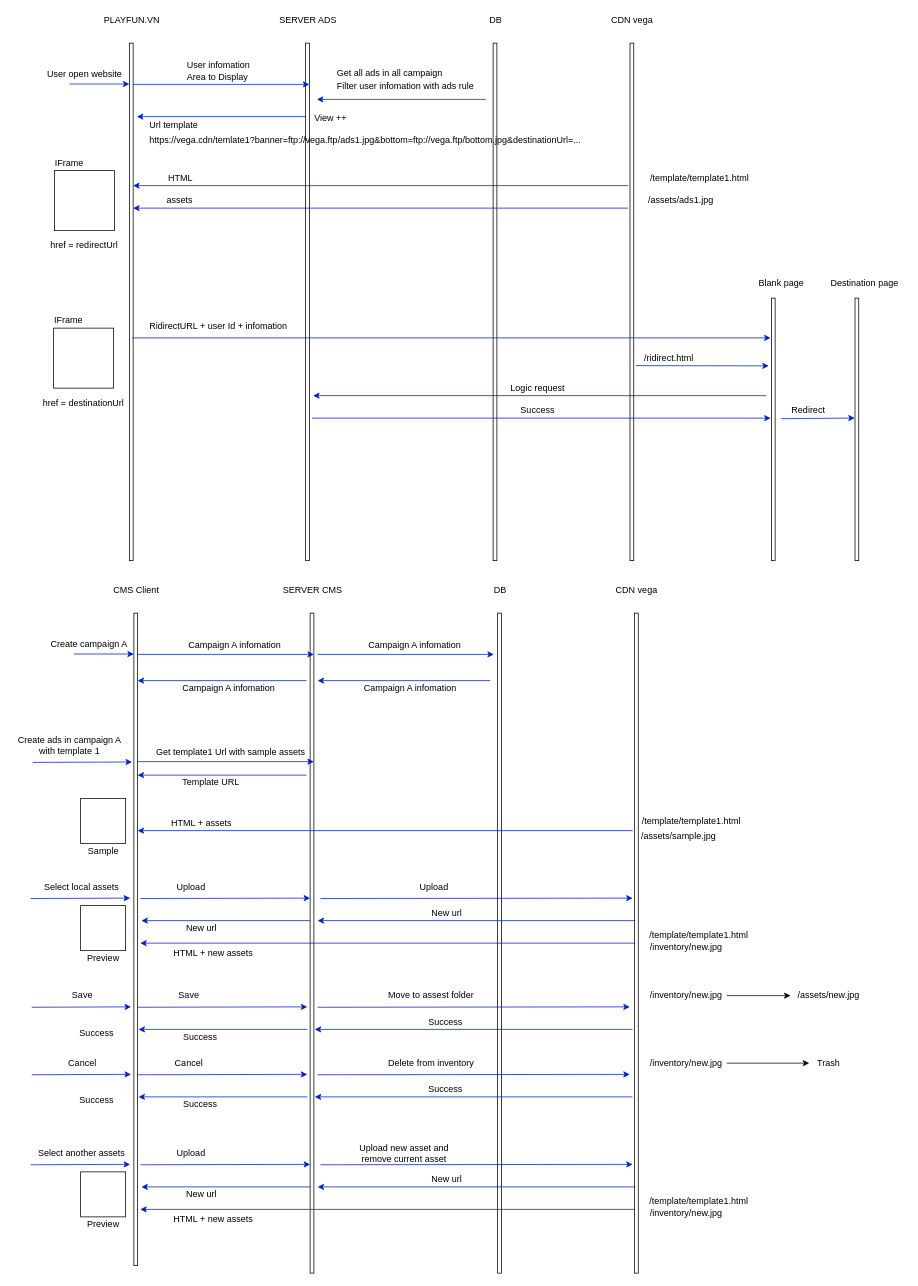
pinokara/diagram keeps this draw.io diagram as Ads.drawio. Above is the earlier version. Source tidied: cells renumbered, new cells numbered last; positions are measured from the earlier drawing's top-left corner, leaving out a move shared by most shapes. Both pictures are drawn from the tidied source at 75%, with x=0, y=0 at pixel (13, 13).
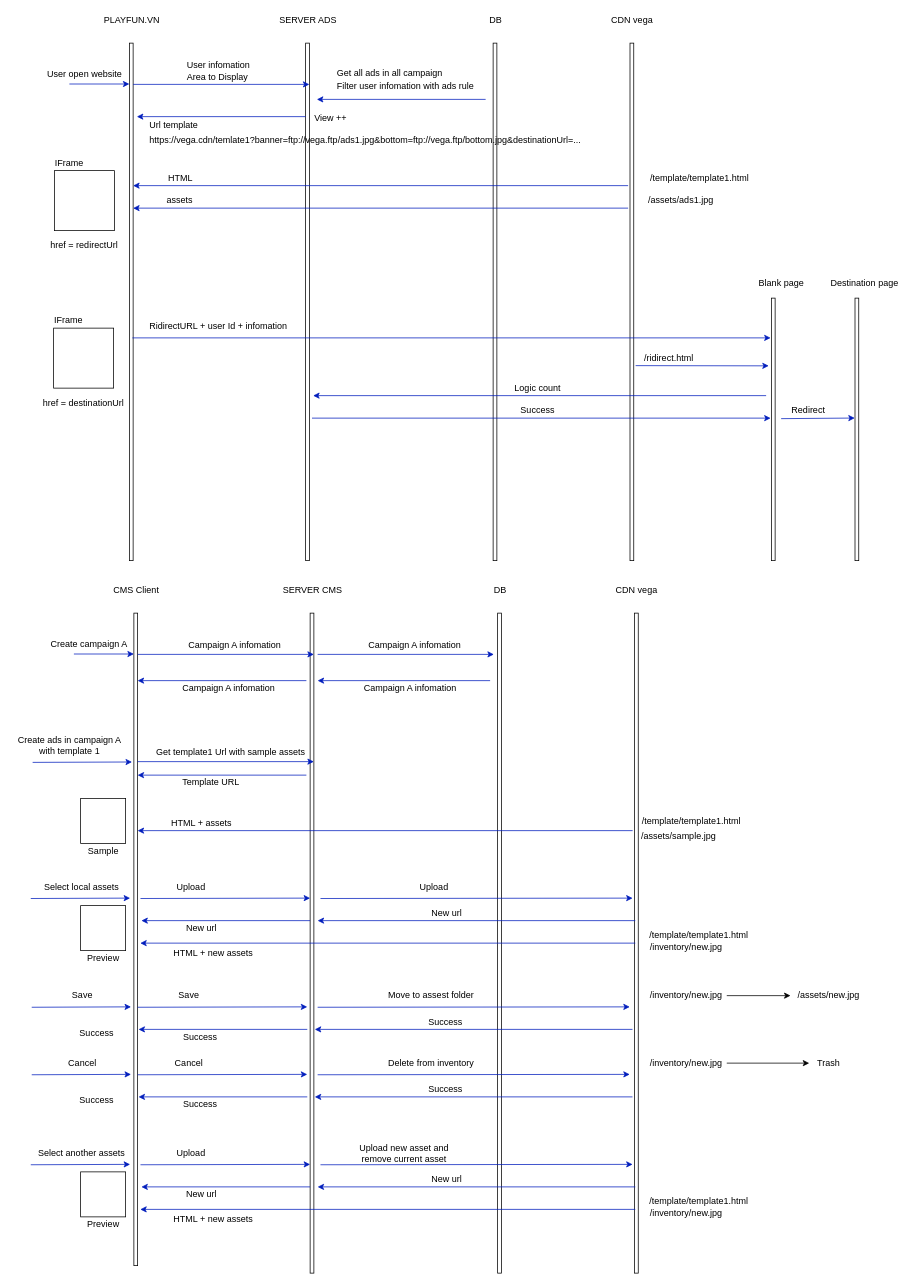
The same page after the edit.

The edit, as a diff of the source:
```diff
@@
-    <mxCell id="130" value="Logic request" style="text;html=1;align=center;verticalAlign=middle;fillColor=none;strokeColor=none;rounded=0;" parent="1" vertex="1">
-      <mxGeometry x="653.5" y="490" width="90" height="20" as="geometry" />
+    <mxCell id="130" value="Logic count" style="text;html=1;align=center;verticalAlign=middle;fillColor=none;strokeColor=none;rounded=0;" parent="1" vertex="1">
+      <mxGeometry x="658.5" y="490" width="80" height="20" as="geometry" />
     </mxCell>
```
